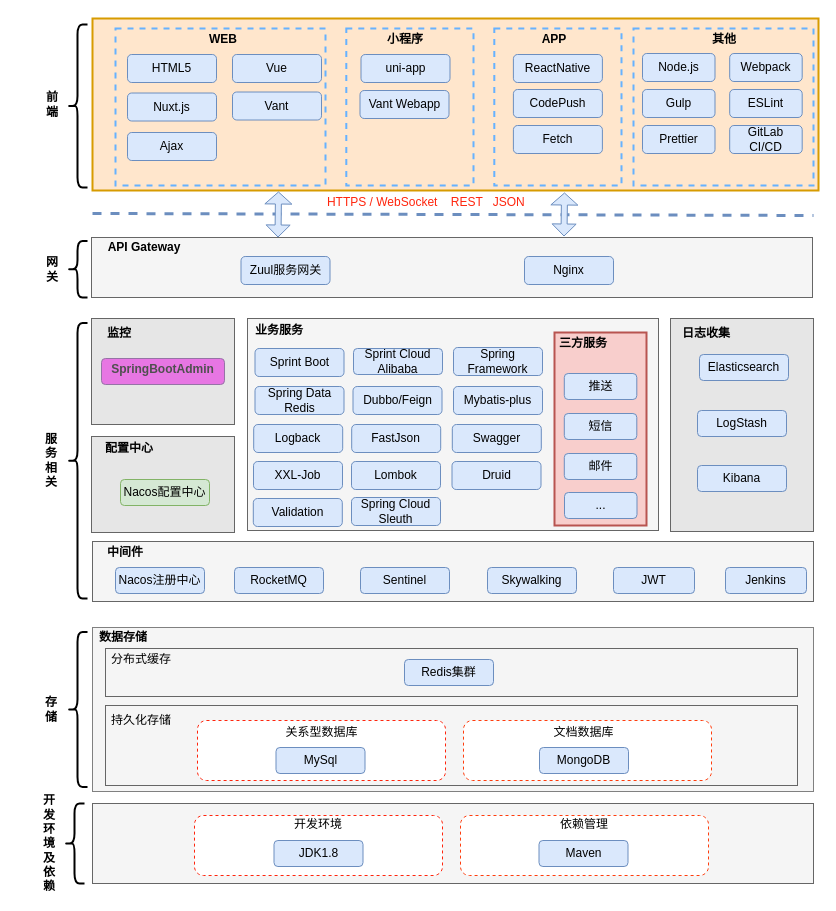
ammengke/my-drawio keeps this draw.io diagram as 全文检索技术架构图.drawio. Above is the earlier version. Source tidied: cells renumbered, new cells numbered last; positions are measured from the earlier drawing's top-left corner, leaving out a move shared by most shapes. Both pictures are drawn from the tidied source at 100%, with x=0, y=0 at pixel (19, 18).
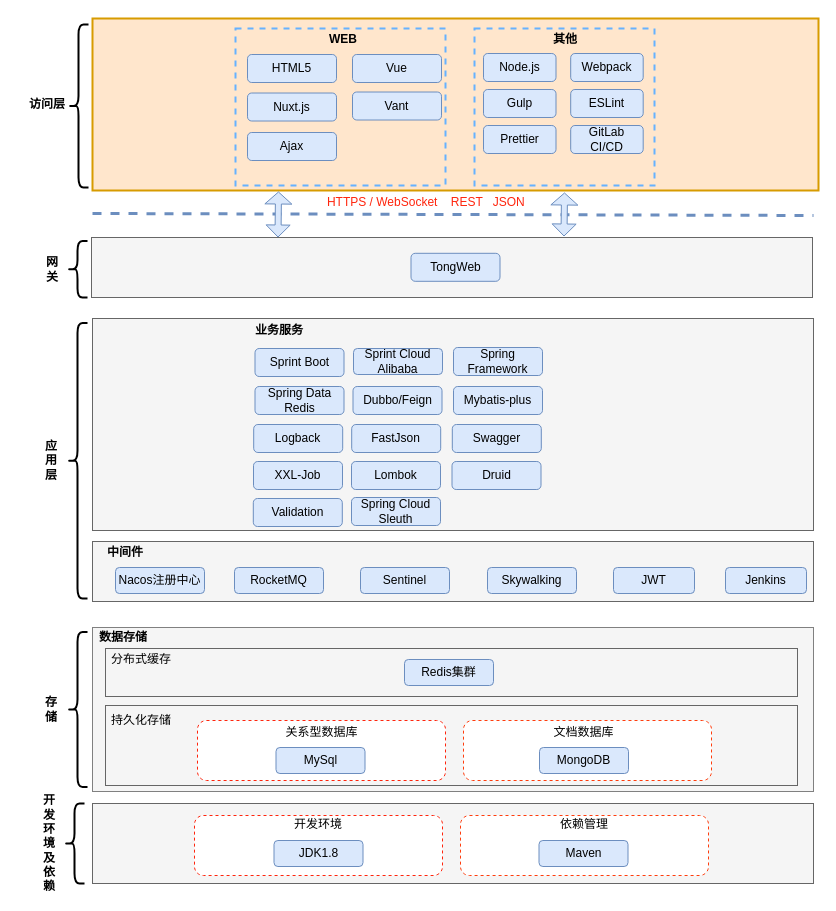
Above is the later version.

Commit message (it also covers changes not shown here):
更新全文检索技术架构图.drawio

Diff of the diagram source:
```diff
@@
-    <mxCell id="3" style="rounded=0;whiteSpace=wrap;html=1;fontFamily=Helvetica;fontSize=12;strokeColor=#66B2FF;strokeWidth=2;fillColor=none;fontColor=#333333;dashed=1;" parent="1" vertex="1">
-      <mxGeometry x="326.8" y="10" width="127.2" height="157" as="geometry" />
-    </mxCell>
     <mxCell id="4" style="rounded=0;whiteSpace=wrap;html=1;fontFamily=Helvetica;fontSize=12;strokeColor=#66B2FF;strokeWidth=2;fillColor=none;fontColor=#333333;dashed=1;" parent="1" vertex="1">
-      <mxGeometry x="96" y="10" width="210" height="157" as="geometry" />
+      <mxGeometry x="216" y="10" width="210" height="157" as="geometry" />
     </mxCell>
@@
-    <mxCell id="27" style="rounded=0;whiteSpace=wrap;html=1;strokeColor=#666666;fillColor=#E6E6E6;fontColor=#333333;fontFamily=Helvetica;" parent="1" vertex="1">
-      <mxGeometry x="72" y="300" width="143" height="106" as="geometry" />
-    </mxCell>
-    <mxCell id="28" value="监控" style="text;html=1;strokeColor=none;fillColor=none;align=center;verticalAlign=middle;whiteSpace=wrap;rounded=0;fontStyle=1;fontFamily=Helvetica;" parent="1" vertex="1">
-      <mxGeometry x="62" y="300" width="76" height="30" as="geometry" />
-    </mxCell>
-    <mxCell id="29" value="&lt;h2 style=&quot;box-sizing: border-box; outline: 0px; margin: 8px 0px 16px; padding: 0px; color: rgb(79, 79, 79); line-height: 30px; overflow-wrap: break-word;&quot;&gt;&lt;font style=&quot;font-size: 12px&quot;&gt;SpringBootAdmin&lt;/font&gt;&lt;/h2&gt;" style="rounded=1;whiteSpace=wrap;html=1;strokeColor=#9673a6;fillColor=#E776E3;fontFamily=Helvetica;" parent="1" vertex="1">
-      <mxGeometry x="82" y="340" width="123" height="26" as="geometry" />
-    </mxCell>
-    <mxCell id="30" style="rounded=0;whiteSpace=wrap;html=1;strokeColor=#666666;fillColor=#E6E6E6;fontColor=#333333;fontFamily=Helvetica;" parent="1" vertex="1">
-      <mxGeometry x="651" y="300" width="143" height="213" as="geometry" />
-    </mxCell>
-    <mxCell id="31" value="日志收集" style="text;html=1;strokeColor=none;fillColor=none;align=center;verticalAlign=middle;whiteSpace=wrap;rounded=0;fontStyle=1;fontFamily=Helvetica;" parent="1" vertex="1">
-      <mxGeometry x="649" y="300" width="76" height="30" as="geometry" />
-    </mxCell>
-    <mxCell id="32" value="Elasticsearch" style="rounded=1;whiteSpace=wrap;html=1;strokeColor=#6c8ebf;fillColor=#dae8fc;fontFamily=Helvetica;" parent="1" vertex="1">
-      <mxGeometry x="680" y="336" width="89" height="26" as="geometry" />
-    </mxCell>
-    <mxCell id="33" value="LogStash" style="rounded=1;whiteSpace=wrap;html=1;strokeColor=#6c8ebf;fillColor=#dae8fc;fontFamily=Helvetica;" parent="1" vertex="1">
-      <mxGeometry x="678" y="392" width="89" height="26" as="geometry" />
-    </mxCell>
-    <mxCell id="34" value="Kibana" style="rounded=1;whiteSpace=wrap;html=1;strokeColor=#6c8ebf;fillColor=#dae8fc;fontFamily=Helvetica;" parent="1" vertex="1">
-      <mxGeometry x="678" y="447" width="89" height="26" as="geometry" />
-    </mxCell>
-    <mxCell id="35" style="rounded=0;whiteSpace=wrap;html=1;strokeColor=#666666;fillColor=#E6E6E6;fontColor=#333333;fontFamily=Helvetica;" parent="1" vertex="1">
-      <mxGeometry x="72" y="418" width="143" height="96" as="geometry" />
-    </mxCell>
-    <mxCell id="36" value="Nacos配置中心" style="rounded=1;whiteSpace=wrap;html=1;strokeColor=#82b366;fillColor=#d5e8d4;fontFamily=Helvetica;" parent="1" vertex="1">
-      <mxGeometry x="101" y="461" width="89" height="26" as="geometry" />
-    </mxCell>
-    <mxCell id="37" value="配置中心" style="text;html=1;strokeColor=none;fillColor=none;align=center;verticalAlign=middle;whiteSpace=wrap;rounded=0;fontStyle=1;fontFamily=Helvetica;" parent="1" vertex="1">
-      <mxGeometry x="72" y="415" width="76" height="30" as="geometry" />
-    </mxCell>
     <mxCell id="38" style="rounded=0;whiteSpace=wrap;html=1;strokeColor=#666666;fillColor=#f5f5f5;fontColor=#333333;fontFamily=Helvetica;" parent="1" vertex="1">
-      <mxGeometry x="228" y="300" width="411" height="212" as="geometry" />
+      <mxGeometry x="73" y="300" width="721" height="212" as="geometry" />
     </mxCell>
@@
-    <mxCell id="52" style="rounded=0;whiteSpace=wrap;html=1;fontFamily=Helvetica;fontSize=12;strokeColor=#b85450;strokeWidth=2;fillColor=#f8cecc;" parent="1" vertex="1">
-      <mxGeometry x="535" y="314" width="92" height="193" as="geometry" />
-    </mxCell>
-    <mxCell id="53" value="三方服务" style="text;html=1;strokeColor=none;fillColor=none;align=center;verticalAlign=middle;whiteSpace=wrap;rounded=0;fontStyle=1;fontFamily=Helvetica;" parent="1" vertex="1">
-      <mxGeometry x="526" y="310" width="76" height="30" as="geometry" />
-    </mxCell>
-    <mxCell id="54" value="推送" style="rounded=1;whiteSpace=wrap;html=1;strokeColor=#6c8ebf;fillColor=#dae8fc;fontFamily=Helvetica;" parent="1" vertex="1">
-      <mxGeometry x="544.8" y="355" width="72.5" height="26" as="geometry" />
-    </mxCell>
-    <mxCell id="55" value="短信" style="rounded=1;whiteSpace=wrap;html=1;strokeColor=#6c8ebf;fillColor=#dae8fc;fontFamily=Helvetica;" parent="1" vertex="1">
-      <mxGeometry x="544.8" y="395" width="72.5" height="26" as="geometry" />
-    </mxCell>
-    <mxCell id="56" value="邮件" style="rounded=1;whiteSpace=wrap;html=1;strokeColor=#6c8ebf;fillColor=#dae8fc;fontFamily=Helvetica;" parent="1" vertex="1">
-      <mxGeometry x="544.8" y="435" width="72.5" height="26" as="geometry" />
-    </mxCell>
-    <mxCell id="57" value="..." style="rounded=1;whiteSpace=wrap;html=1;strokeColor=#6c8ebf;fillColor=#dae8fc;fontFamily=Helvetica;" parent="1" vertex="1">
-      <mxGeometry x="545" y="474" width="72.5" height="26" as="geometry" />
-    </mxCell>
@@
-    <mxCell id="59" value="服&lt;br&gt;务&lt;br&gt;相&lt;br&gt;关" style="text;html=1;strokeColor=none;fillColor=none;align=center;verticalAlign=middle;whiteSpace=wrap;rounded=0;fontStyle=1;fontFamily=Helvetica;" parent="1" vertex="1">
+    <mxCell id="59" value="应&lt;div&gt;用&lt;/div&gt;&lt;div&gt;层&lt;/div&gt;" style="text;html=1;strokeColor=none;fillColor=none;align=center;verticalAlign=middle;whiteSpace=wrap;rounded=0;fontStyle=1;fontFamily=Helvetica;" parent="1" vertex="1">
       <mxGeometry x="2" y="427.2" width="60" height="30" as="geometry" />
     </mxCell>
@@
-    <mxCell id="61" value="API Gateway" style="text;html=1;strokeColor=none;fillColor=none;align=center;verticalAlign=middle;whiteSpace=wrap;rounded=0;fontFamily=Helvetica;fontSize=12;fontStyle=1;" parent="1" vertex="1">
-      <mxGeometry x="76" y="214" width="98" height="30" as="geometry" />
-    </mxCell>
-    <mxCell id="62" value="Zuul服务网关" style="rounded=1;whiteSpace=wrap;html=1;strokeColor=#6c8ebf;fillColor=#dae8fc;fontFamily=Helvetica;" parent="1" vertex="1">
-      <mxGeometry x="221.5" y="238" width="89" height="28" as="geometry" />
-    </mxCell>
-    <mxCell id="63" value="Nginx" style="rounded=1;whiteSpace=wrap;html=1;strokeColor=#6c8ebf;fillColor=#dae8fc;fontFamily=Helvetica;" parent="1" vertex="1">
-      <mxGeometry x="505" y="238" width="89" height="28" as="geometry" />
+    <mxCell id="63" value="TongWeb" style="rounded=1;whiteSpace=wrap;html=1;strokeColor=#6c8ebf;fillColor=#dae8fc;fontFamily=Helvetica;" parent="1" vertex="1">
+      <mxGeometry x="391.5" y="234.8" width="89" height="28" as="geometry" />
     </mxCell>
@@
     <mxCell id="69" style="shape=curlyBracket;whiteSpace=wrap;html=1;rounded=1;strokeColor=#000000;fontStyle=1;strokeWidth=2;fontFamily=Helvetica;" parent="1" vertex="1">
-      <mxGeometry x="48" y="6" width="20" height="163" as="geometry" />
+      <mxGeometry x="49" y="6" width="20" height="163" as="geometry" />
     </mxCell>
-    <mxCell id="70" value="前&lt;br&gt;端" style="text;html=1;strokeColor=none;fillColor=none;align=center;verticalAlign=middle;whiteSpace=wrap;rounded=0;fontStyle=1;fontFamily=Helvetica;" parent="1" vertex="1">
-      <mxGeometry x="3" y="71" width="60" height="30" as="geometry" />
+    <mxCell id="70" value="访问层" style="text;html=1;strokeColor=none;fillColor=none;align=center;verticalAlign=middle;whiteSpace=wrap;rounded=0;fontStyle=1;fontFamily=Helvetica;" parent="1" vertex="1">
+      <mxGeometry x="-2" y="71" width="60" height="30" as="geometry" />
     </mxCell>
     <mxCell id="71" value="HTML5" style="rounded=1;whiteSpace=wrap;html=1;strokeColor=#6c8ebf;fillColor=#dae8fc;fontFamily=Helvetica;" parent="1" vertex="1">
-      <mxGeometry x="108" y="36" width="89" height="28" as="geometry" />
+      <mxGeometry x="228" y="36" width="89" height="28" as="geometry" />
     </mxCell>
     <mxCell id="72" value="Nuxt.js" style="rounded=1;whiteSpace=wrap;html=1;strokeColor=#6c8ebf;fillColor=#dae8fc;fontFamily=Helvetica;" parent="1" vertex="1">
-      <mxGeometry x="108" y="74.5" width="89" height="28" as="geometry" />
+      <mxGeometry x="228" y="74.5" width="89" height="28" as="geometry" />
     </mxCell>
     <mxCell id="73" value="Vue" style="rounded=1;whiteSpace=wrap;html=1;strokeColor=#6c8ebf;fillColor=#dae8fc;fontFamily=Helvetica;" parent="1" vertex="1">
-      <mxGeometry x="213" y="36" width="89" height="28" as="geometry" />
+      <mxGeometry x="333" y="36" width="89" height="28" as="geometry" />
     </mxCell>
     <mxCell id="74" value="Vant" style="rounded=1;whiteSpace=wrap;html=1;strokeColor=#6c8ebf;fillColor=#dae8fc;fontFamily=Helvetica;" parent="1" vertex="1">
-      <mxGeometry x="213" y="73.5" width="89" height="28" as="geometry" />
+      <mxGeometry x="333" y="73.5" width="89" height="28" as="geometry" />
     </mxCell>
-    <mxCell id="75" value="uni-app" style="rounded=1;whiteSpace=wrap;html=1;strokeColor=#6c8ebf;fillColor=#dae8fc;fontFamily=Helvetica;" parent="1" vertex="1">
-      <mxGeometry x="341.5" y="36" width="89" height="28" as="geometry" />
-    </mxCell>
-    <mxCell id="76" value="Vant Webapp" style="rounded=1;whiteSpace=wrap;html=1;strokeColor=#6c8ebf;fillColor=#dae8fc;fontFamily=Helvetica;" parent="1" vertex="1">
-      <mxGeometry x="340.5" y="72" width="89" height="28" as="geometry" />
-    </mxCell>
@@
     <mxCell id="78" value="WEB" style="text;html=1;strokeColor=none;fillColor=none;align=center;verticalAlign=middle;whiteSpace=wrap;rounded=0;fontFamily=Helvetica;fontSize=12;fontColor=#000000;fontStyle=1;" parent="1" vertex="1">
-      <mxGeometry x="173.8" y="6" width="60" height="30" as="geometry" />
+      <mxGeometry x="293.8" y="6" width="60" height="30" as="geometry" />
     </mxCell>
     <mxCell id="79" style="rounded=0;whiteSpace=wrap;html=1;fontFamily=Helvetica;fontSize=12;fontColor=#333333;strokeColor=#66B2FF;strokeWidth=2;fillColor=none;dashed=1;" parent="1" vertex="1">
-      <mxGeometry x="614" y="10" width="180" height="157" as="geometry" />
+      <mxGeometry x="455" y="10" width="180" height="157" as="geometry" />
     </mxCell>
     <mxCell id="80" value="其他" style="text;html=1;strokeColor=none;fillColor=none;align=center;verticalAlign=middle;whiteSpace=wrap;rounded=0;fontFamily=Helvetica;fontSize=12;fontColor=#000000;fontStyle=1;" parent="1" vertex="1">
-      <mxGeometry x="675" y="6" width="60" height="30" as="geometry" />
+      <mxGeometry x="516" y="6" width="60" height="30" as="geometry" />
     </mxCell>
     <mxCell id="81" value="Node.js" style="rounded=1;whiteSpace=wrap;html=1;strokeColor=#6c8ebf;fillColor=#dae8fc;fontFamily=Helvetica;" parent="1" vertex="1">
-      <mxGeometry x="623" y="35" width="72.5" height="28" as="geometry" />
+      <mxGeometry x="464" y="35" width="72.5" height="28" as="geometry" />
     </mxCell>
@@
     <mxCell id="91" value="Ajax" style="rounded=1;whiteSpace=wrap;html=1;strokeColor=#6c8ebf;fillColor=#dae8fc;fontFamily=Helvetica;" parent="1" vertex="1">
-      <mxGeometry x="108" y="114" width="89" height="28" as="geometry" />
+      <mxGeometry x="228" y="114" width="89" height="28" as="geometry" />
     </mxCell>
-    <mxCell id="92" value="小程序" style="text;html=1;strokeColor=none;fillColor=none;align=center;verticalAlign=middle;whiteSpace=wrap;rounded=0;fontFamily=Helvetica;fontSize=12;fontColor=#000000;fontStyle=1;" parent="1" vertex="1">
-      <mxGeometry x="356" y="6" width="60" height="30" as="geometry" />
-    </mxCell>
-    <mxCell id="93" style="rounded=0;whiteSpace=wrap;html=1;fontFamily=Helvetica;fontSize=12;strokeColor=#66B2FF;strokeWidth=2;fillColor=none;fontColor=#333333;dashed=1;" parent="1" vertex="1">
-      <mxGeometry x="474.8" y="10" width="127.2" height="157" as="geometry" />
-    </mxCell>
-    <mxCell id="94" value="APP" style="text;html=1;strokeColor=none;fillColor=none;align=center;verticalAlign=middle;whiteSpace=wrap;rounded=0;fontFamily=Helvetica;fontSize=12;fontColor=#000000;fontStyle=1;" parent="1" vertex="1">
-      <mxGeometry x="505" y="6" width="60" height="30" as="geometry" />
-    </mxCell>
-    <mxCell id="95" value="ReactNative" style="rounded=1;whiteSpace=wrap;html=1;strokeColor=#6c8ebf;fillColor=#dae8fc;fontFamily=Helvetica;" parent="1" vertex="1">
-      <mxGeometry x="493.9" y="36" width="89" height="28" as="geometry" />
-    </mxCell>
-    <mxCell id="96" value="CodePush" style="rounded=1;whiteSpace=wrap;html=1;strokeColor=#6c8ebf;fillColor=#dae8fc;fontFamily=Helvetica;" parent="1" vertex="1">
-      <mxGeometry x="493.9" y="71" width="89" height="28" as="geometry" />
-    </mxCell>
-    <mxCell id="97" value="Fetch" style="rounded=1;whiteSpace=wrap;html=1;strokeColor=#6c8ebf;fillColor=#dae8fc;fontFamily=Helvetica;" parent="1" vertex="1">
-      <mxGeometry x="493.9" y="107" width="89" height="28" as="geometry" />
-    </mxCell>
     <mxCell id="98" value="Webpack" style="rounded=1;whiteSpace=wrap;html=1;strokeColor=#6c8ebf;fillColor=#dae8fc;fontFamily=Helvetica;" parent="1" vertex="1">
-      <mxGeometry x="710.2" y="35" width="72.5" height="28" as="geometry" />
+      <mxGeometry x="551.2" y="35" width="72.5" height="28" as="geometry" />
     </mxCell>
     <mxCell id="99" value="Gulp" style="rounded=1;whiteSpace=wrap;html=1;strokeColor=#6c8ebf;fillColor=#dae8fc;fontFamily=Helvetica;" parent="1" vertex="1">
-      <mxGeometry x="623" y="71" width="72.5" height="28" as="geometry" />
+      <mxGeometry x="464" y="71" width="72.5" height="28" as="geometry" />
     </mxCell>
     <mxCell id="100" value="ESLint" style="rounded=1;whiteSpace=wrap;html=1;strokeColor=#6c8ebf;fillColor=#dae8fc;fontFamily=Helvetica;" parent="1" vertex="1">
-      <mxGeometry x="710.2" y="71" width="72.5" height="28" as="geometry" />
+      <mxGeometry x="551.2" y="71" width="72.5" height="28" as="geometry" />
     </mxCell>
     <mxCell id="101" value="Prettier" style="rounded=1;whiteSpace=wrap;html=1;strokeColor=#6c8ebf;fillColor=#dae8fc;fontFamily=Helvetica;" parent="1" vertex="1">
-      <mxGeometry x="623" y="107" width="72.5" height="28" as="geometry" />
+      <mxGeometry x="464" y="107" width="72.5" height="28" as="geometry" />
     </mxCell>
     <mxCell id="102" value="GitLab CI/CD" style="rounded=1;whiteSpace=wrap;html=1;strokeColor=#6c8ebf;fillColor=#dae8fc;fontFamily=Helvetica;" parent="1" vertex="1">
-      <mxGeometry x="710.2" y="107" width="72.5" height="28" as="geometry" />
+      <mxGeometry x="551.2" y="107" width="72.5" height="28" as="geometry" />
     </mxCell>
```
